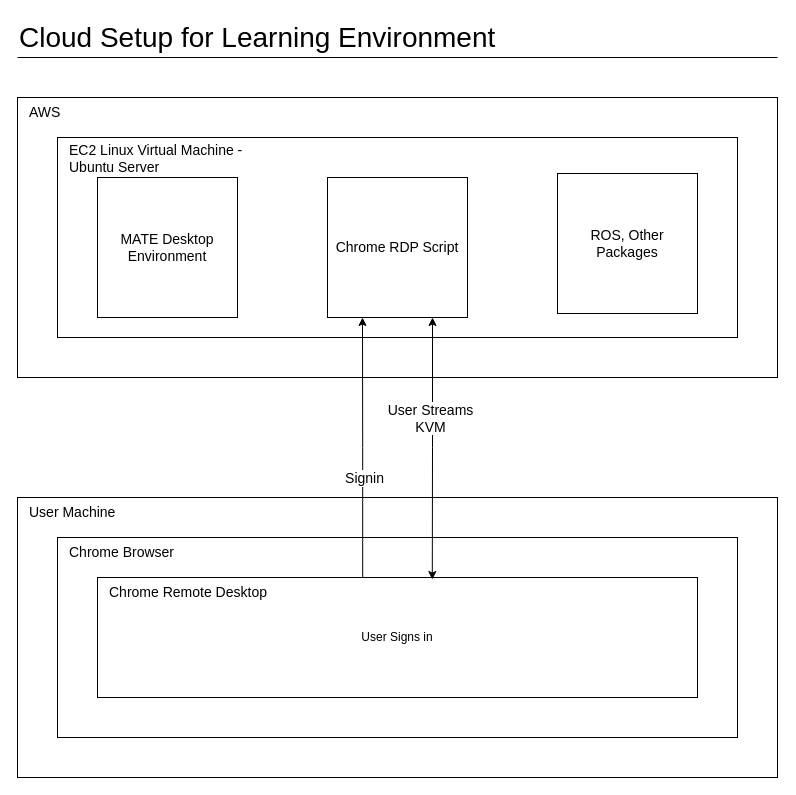
Above: Diagrams/cloud_setup.drawio in AM1010101/lidar_integrators_course (draw.io), before the change. Source tidied: cells renumbered, new cells numbered last; positions are measured from the earlier drawing's top-left corner, leaving out a move shared by most shapes. Both pictures are drawn from the tidied source at 100%, with x=0, y=0 at pixel (17, 17). Pictures stored in the file or linked from it are replaced by grey dashed boxes.
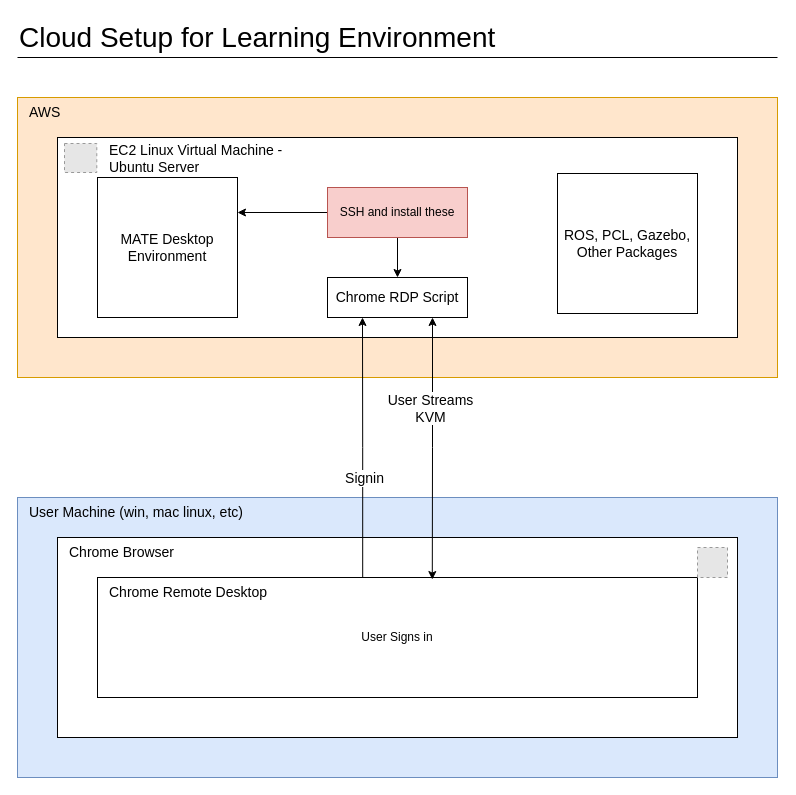
The same diagram, later.

The change refers to these unchanged cells:
```xml
<mxCell id="8" value="MATE Desktop Environment" style="rounded=0;whiteSpace=wrap;html=1;fontSize=14;" parent="1" vertex="1">
  <mxGeometry x="80" y="160" width="140" height="140" as="geometry" />
</mxCell>
<mxCell id="19" style="edgeStyle=orthogonalEdgeStyle;rounded=0;jettySize=auto;html=1;entryX=0.558;entryY=0.017;entryDx=0;entryDy=0;entryPerimeter=0;fontSize=14;exitX=0.75;exitY=1;exitDx=0;exitDy=0;startArrow=classic;startFill=1;" parent="1" edge="1" source="10" target="17">
  <mxGeometry relative="1" as="geometry" />
</mxCell>
```

What changed in the source:
```diff
@@
-    <mxCell id="2" style="rounded=0;whiteSpace=wrap;html=1;" parent="1" vertex="1">
+    <mxCell id="2" style="rounded=0;whiteSpace=wrap;html=1;fillColor=#ffe6cc;strokeColor=#d79b00;" parent="1" vertex="1">
       <mxGeometry y="80" width="760" height="280" as="geometry" />
     </mxCell>
@@
     <mxCell id="7" value="EC2 Linux Virtual Machine - Ubuntu Server" style="text;html=1;strokeColor=none;fillColor=none;align=left;verticalAlign=middle;whiteSpace=wrap;rounded=0;fontSize=14;" parent="1" vertex="1">
-      <mxGeometry x="50" y="126" width="190" height="30" as="geometry" />
+      <mxGeometry x="90" y="126" width="190" height="30" as="geometry" />
     </mxCell>
@@
-    <mxCell id="9" value="ROS, Other Packages" style="rounded=0;whiteSpace=wrap;html=1;fontSize=14;" parent="1" vertex="1">
+    <mxCell id="9" value="ROS, PCL, Gazebo, Other Packages" style="rounded=0;whiteSpace=wrap;html=1;fontSize=14;" parent="1" vertex="1">
       <mxGeometry x="540" y="156" width="140" height="140" as="geometry" />
     </mxCell>
     <mxCell id="10" value="Chrome RDP Script" style="rounded=0;whiteSpace=wrap;html=1;fontSize=14;" parent="1" vertex="1">
-      <mxGeometry x="310" y="160" width="140" height="140" as="geometry" />
+      <mxGeometry x="310" y="260" width="140" height="40" as="geometry" />
     </mxCell>
-    <mxCell id="11" style="rounded=0;whiteSpace=wrap;html=1;" parent="1" vertex="1">
+    <mxCell id="11" style="rounded=0;whiteSpace=wrap;html=1;fillColor=#dae8fc;strokeColor=#6c8ebf;" parent="1" vertex="1">
       <mxGeometry y="480" width="760" height="280" as="geometry" />
     </mxCell>
-    <mxCell id="12" value="User Machine" style="text;html=1;strokeColor=none;fillColor=none;align=left;verticalAlign=middle;whiteSpace=wrap;rounded=0;fontSize=14;" parent="1" vertex="1">
-      <mxGeometry x="10" y="480" width="120" height="30" as="geometry" />
+    <mxCell id="12" value="User Machine (win, mac linux, etc)" style="text;html=1;strokeColor=none;fillColor=none;align=left;verticalAlign=middle;whiteSpace=wrap;rounded=0;fontSize=14;" parent="1" vertex="1">
+      <mxGeometry x="10" y="480" width="290" height="30" as="geometry" />
     </mxCell>
@@
     <mxCell id="20" value="&lt;div&gt;User Streams&lt;/div&gt;&lt;div&gt;KVM&lt;/div&gt;" style="edgeLabel;html=1;align=center;verticalAlign=middle;fontSize=14;" parent="19" vertex="1">
       <mxGeometry x="-0.15" y="-3" relative="1" as="geometry">
-        <mxPoint y="-11" as="offset" />
+        <mxPoint y="-21" as="offset" />
       </mxGeometry>
     </mxCell>
+    <mxCell id="21" style="fillColor=#E6E6E6;strokeColor=#999999;dashed=1;verticalLabelPosition=bottom;labelBackgroundColor=default;verticalAlign=top;" parent="1" vertex="1">
+      <mxGeometry x="680" y="530" width="30" height="30" as="geometry" />
+    </mxCell>
+    <mxCell id="22" style="fillColor=#E6E6E6;strokeColor=#999999;dashed=1;verticalLabelPosition=bottom;labelBackgroundColor=default;verticalAlign=top;" parent="1" vertex="1">
+      <mxGeometry x="47" y="126" width="32.3" height="29" as="geometry" />
+    </mxCell>
+    <mxCell id="23" style="edgeStyle=orthogonalEdgeStyle;rounded=0;jettySize=auto;html=1;entryX=1;entryY=0.25;entryDx=0;entryDy=0;" parent="1" edge="1" source="25" target="8">
+      <mxGeometry relative="1" as="geometry" />
+    </mxCell>
+    <mxCell id="24" style="edgeStyle=orthogonalEdgeStyle;rounded=0;jettySize=auto;html=1;entryX=0.5;entryY=0;entryDx=0;entryDy=0;" parent="1" edge="1" source="25" target="10">
+      <mxGeometry relative="1" as="geometry" />
+    </mxCell>
+    <mxCell id="25" value="SSH and install these" style="rounded=0;whiteSpace=wrap;html=1;fillColor=#f8cecc;strokeColor=#b85450;" parent="1" vertex="1">
+      <mxGeometry x="310" y="170" width="140" height="50" as="geometry" />
+    </mxCell>
```
